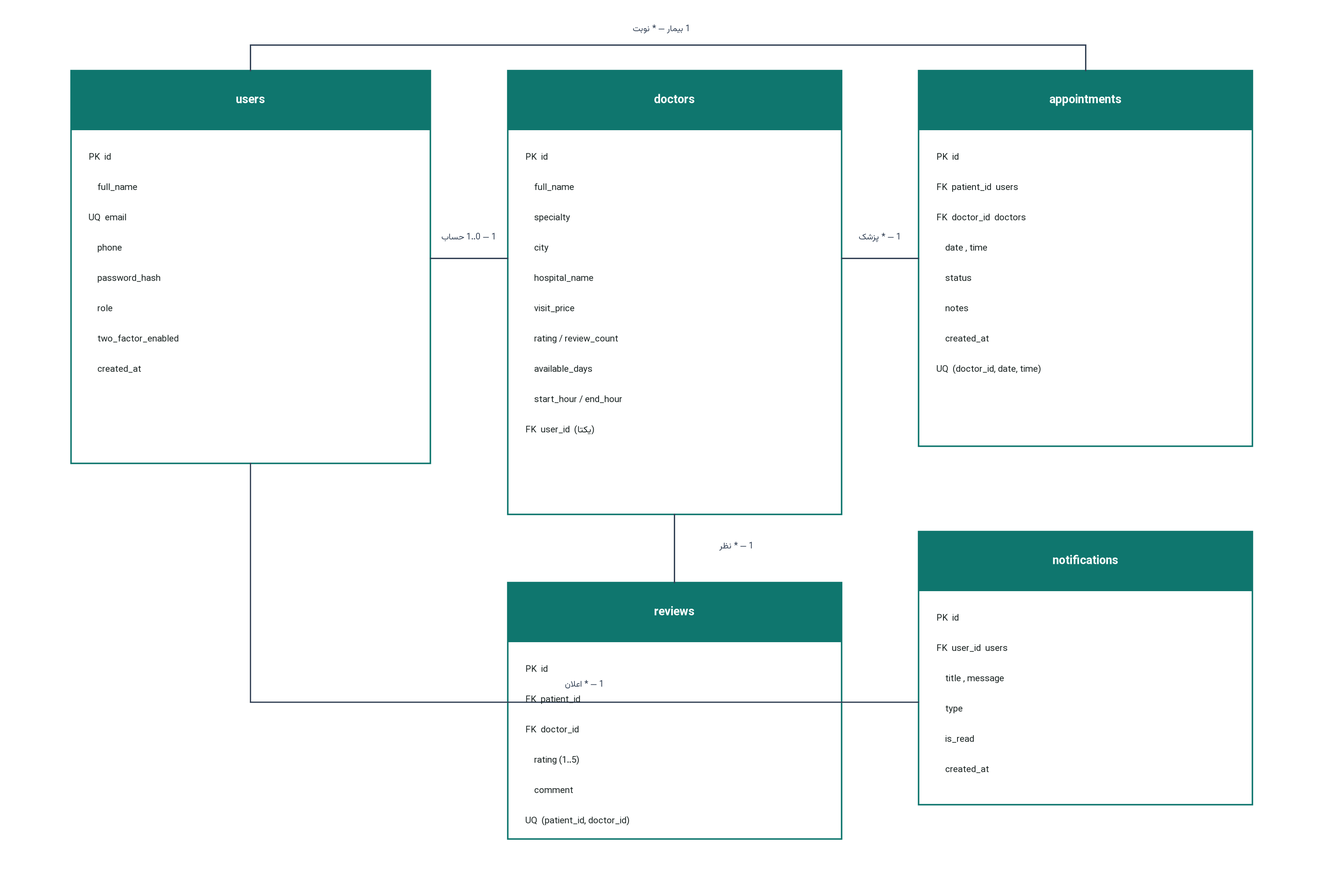
Above: report/figures/er.png in ARtor002/badoki (PlantUML), before the change. Its source is kept beside it as report/plantuml/er.puml.
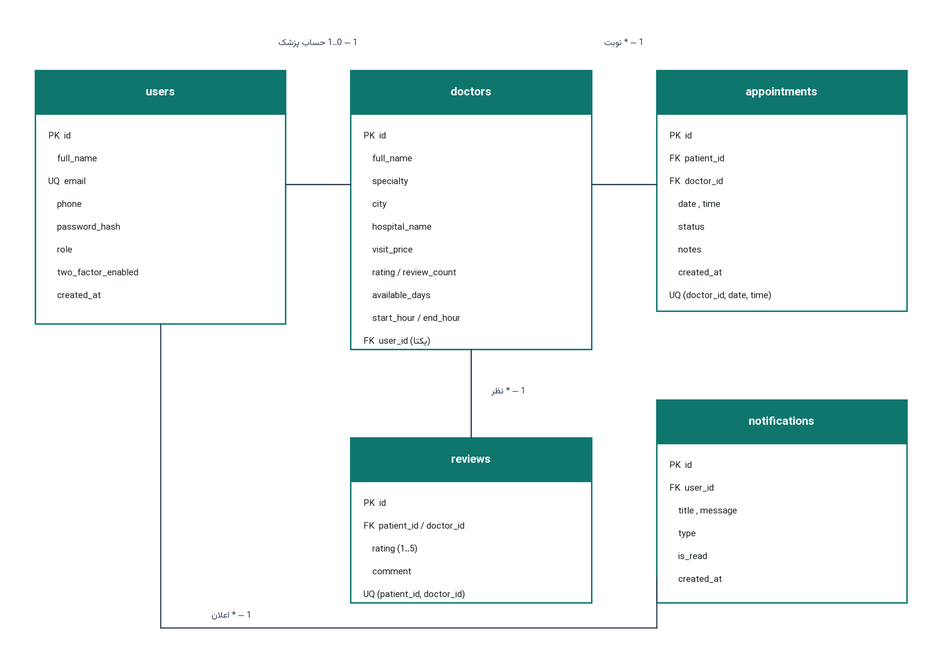
The same diagram one commit later.

What changed in the source:
```diff
@@ -1,64 +1,64 @@
 @startuml
-skinparam defaultFontName "Vazirmatn"
-entity "users" as users {
+skinparam shadowing false
+entity users {
   * id : BIGINT <<PK>>
   --
-  * full_name
-  * email <<UNIQUE>>
-  * phone
-  * password_hash
-  * role
-  * two_factor_enabled
-  * created_at
+  full_name
+  * email <<UQ>>
+  phone
+  password_hash
+  role
+  two_factor_enabled
+  created_at
 }
-entity "doctors" as doctors {
+entity doctors {
   * id : BIGINT <<PK>>
   --
-  * full_name
-  * specialty
-  * city
-  * hospital_name
-  * visit_price
-  * rating
-  * available_days
-  * user_id <<FK, UNIQUE>>
+  full_name
+  specialty
+  city
+  hospital_name
+  visit_price
+  rating / review_count
+  available_days
+  start_hour / end_hour
+  user_id <<FK,UQ>>
 }
-entity "appointments" as appointments {
+entity appointments {
   * id : BIGINT <<PK>>
   --
-  * patient_id <<FK>>
-  * doctor_id <<FK>>
-  * date
-  * time
-  * status
-  * notes
-  --
-  * UNIQUE (doctor_id, date, time)
+  patient_id <<FK>>
+  doctor_id <<FK>>
+  date
+  time
+  status
+  notes
+  created_at
+  <<UQ (doctor_id, date, time)>>
 }
-entity "reviews" as reviews {
+entity reviews {
   * id : BIGINT <<PK>>
   --
-  * patient_id <<FK>>
-  * doctor_id <<FK>>
-  * rating
-  * comment
-  --
-  * UNIQUE (patient_id, doctor_id)
+  patient_id <<FK>>
+  doctor_id <<FK>>
+  rating
+  comment
+  <<UQ (patient_id, doctor_id)>>
 }
-entity "notifications" as notifications {
+entity notifications {
   * id : BIGINT <<PK>>
   --
-  * user_id <<FK>>
-  * title
-  * message
-  * type
-  * is_read
-  * created_at
+  user_id <<FK>>
+  title
+  message
+  type
+  is_read
+  created_at
 }
 users ||--o| doctors
+doctors ||--o{ appointments
 users ||--o{ appointments
-doctors ||--o{ appointments
+doctors ||--o{ reviews
 users ||--o{ reviews
-doctors ||--o{ reviews
 users ||--o{ notifications
 @enduml
```
